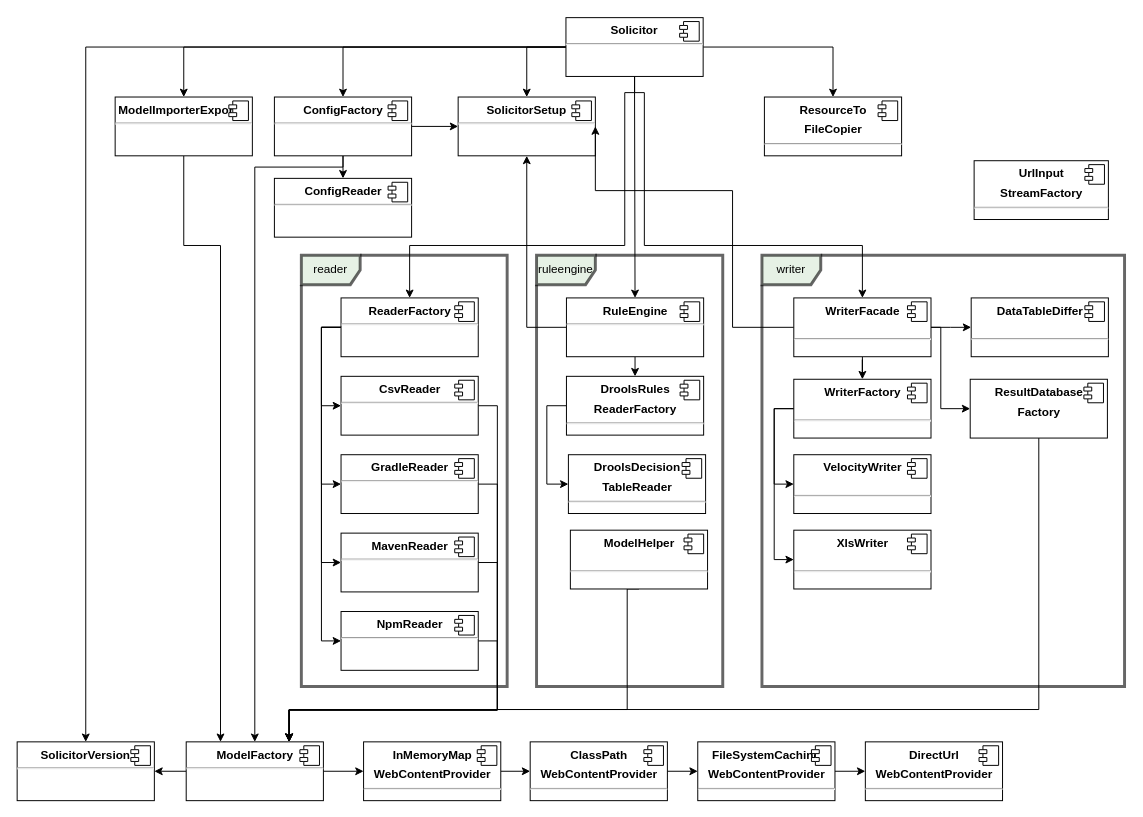
devonfw/solicitor keeps this draw.io diagram as src/main/java/com/devonfw/tools/solicitor/doc-files/solicitor_beans.drawio. Above is the earlier version. Source tidied: cells renumbered, new cells numbered last; positions are measured from the earlier drawing's top-left corner, leaving out a move shared by most shapes. Both pictures are drawn from the tidied source at 98%, with x=0, y=0 at pixel (17, 18).
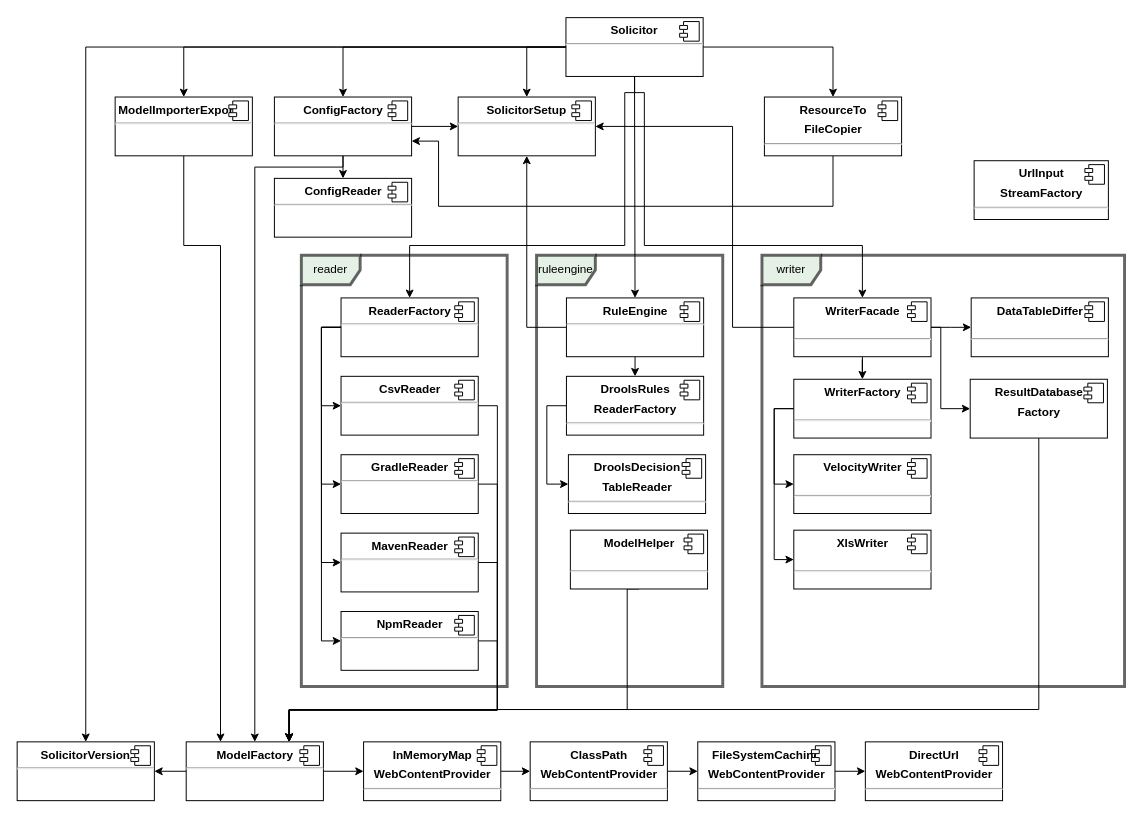
After the change.

Unchanged cells that the change refers to:
```xml
<mxCell id="14" value="&lt;p style=&quot;margin: 0px ; margin-top: 6px ; text-align: center&quot;&gt;&lt;b&gt;SolicitorSetup&lt;/b&gt;&lt;/p&gt;&lt;hr&gt;" style="align=left;overflow=fill;html=1;rotation=0;" parent="1" vertex="1">
  <mxGeometry x="450" y="80.5" width="140" height="60" as="geometry" />
</mxCell>
<mxCell id="20" value="&lt;p style=&quot;margin: 0px ; margin-top: 6px ; text-align: center&quot;&gt;&lt;b&gt;ResourceTo&lt;/b&gt;&lt;/p&gt;&lt;p style=&quot;margin: 0px ; margin-top: 6px ; text-align: center&quot;&gt;&lt;b&gt;FileCopier&lt;/b&gt;&lt;br&gt;&lt;/p&gt;&lt;hr&gt;" style="align=left;overflow=fill;html=1;rotation=0;" parent="1" vertex="1">
  <mxGeometry x="762.5" y="80.5" width="140" height="60" as="geometry" />
</mxCell>
<mxCell id="39" value="&lt;p style=&quot;margin: 0px ; margin-top: 6px ; text-align: center&quot;&gt;&lt;b&gt;ConfigFactory&lt;/b&gt;&lt;/p&gt;&lt;hr&gt;" style="align=left;overflow=fill;html=1;rotation=0;" parent="1" vertex="1">
  <mxGeometry x="262.5" y="80.5" width="140" height="60" as="geometry" />
</mxCell>
<mxCell id="92" value="&lt;p style=&quot;margin: 0px ; margin-top: 6px ; text-align: center&quot;&gt;&lt;b&gt;WriterFacade&lt;/b&gt;&lt;/p&gt;&lt;br&gt;&lt;hr&gt;" style="align=left;overflow=fill;html=1;rotation=0;" parent="1" vertex="1">
  <mxGeometry x="792.5" y="285.5" width="140" height="60" as="geometry" />
</mxCell>
```

Change to the diagram source:
```diff
@@
+    <mxCell id="97" style="edgeStyle=orthogonalEdgeStyle;rounded=0;jettySize=auto;html=1;exitX=0.5;exitY=1;exitDx=0;exitDy=0;entryX=1;entryY=0.75;entryDx=0;entryDy=0;" parent="1" edge="1" source="20" target="39">
+      <mxGeometry relative="1" as="geometry">
+        <Array as="points">
+          <mxPoint x="833" y="192" />
+          <mxPoint x="430" y="192" />
+          <mxPoint x="430" y="126" />
+        </Array>
+      </mxGeometry>
+    </mxCell>
@@
     <mxCell id="91" style="edgeStyle=orthogonalEdgeStyle;rounded=0;jettySize=auto;html=1;exitX=0;exitY=0.5;exitDx=0;exitDy=0;entryX=1;entryY=0.5;entryDx=0;entryDy=0;" parent="1" edge="1" source="92" target="14">
       <mxGeometry relative="1" as="geometry">
         <Array as="points">
           <mxPoint x="730" y="316" />
-          <mxPoint x="730" y="176" />
+          <mxPoint x="730" y="111" />
         </Array>
       </mxGeometry>
     </mxCell>
```
